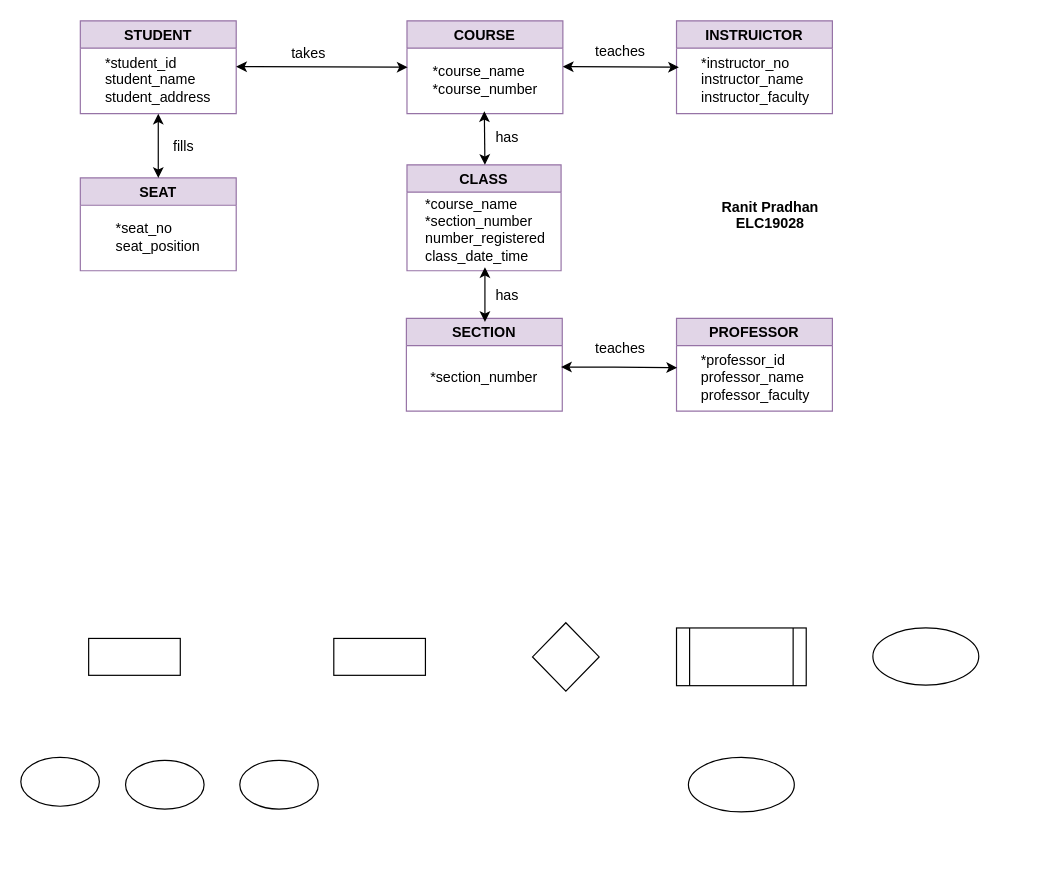
Before: DBMS/ Assignment1_ERD.drawio in RanitPradhan/Academics, a draw.io diagram. Source tidied: cells renumbered, new cells numbered last; positions are measured from the earlier drawing's top-left corner, leaving out a move shared by most shapes. Both pictures are drawn from the tidied source at 119%, with x=0, y=0 at pixel (20, 20).
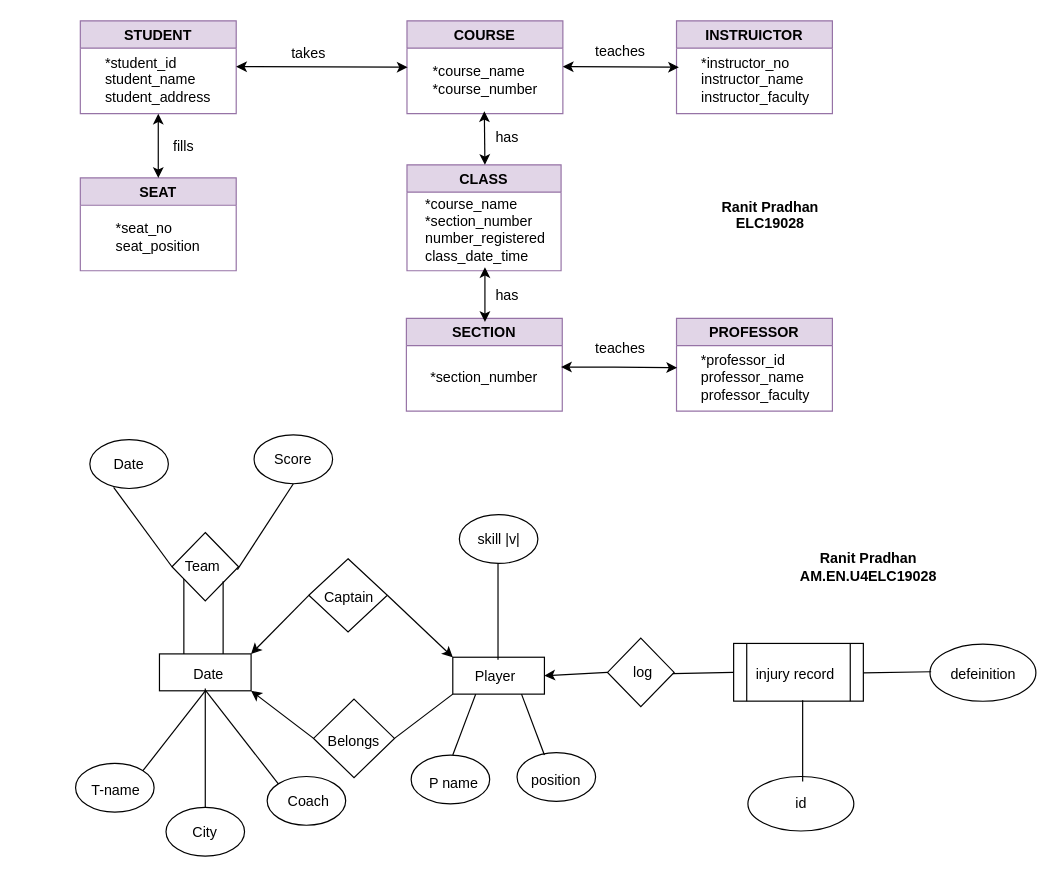
After the change.

Diff of the diagram source:
```diff
@@
     <mxCell id="29" style="rounded=0;whiteSpace=wrap;html=1;gradientColor=none;" parent="1" vertex="1">
-      <mxGeometry x="57" y="519" width="77" height="31" as="geometry" />
+      <mxGeometry x="116.5" y="532" width="77" height="31" as="geometry" />
     </mxCell>
     <mxCell id="30" style="rounded=0;whiteSpace=wrap;html=1;gradientColor=none;" parent="1" vertex="1">
-      <mxGeometry x="263" y="519" width="77" height="31" as="geometry" />
+      <mxGeometry x="363" y="534.8" width="77" height="31" as="geometry" />
     </mxCell>
+    <mxCell id="38" style="edgeStyle=none;rounded=0;sketch=0;jettySize=auto;html=1;exitX=0;exitY=0.5;exitDx=0;exitDy=0;entryX=1;entryY=0.5;entryDx=0;entryDy=0;shadow=0;" parent="1" edge="1" source="31" target="30">
+      <mxGeometry relative="1" as="geometry" />
+    </mxCell>
     <mxCell id="31" style="rhombus;whiteSpace=wrap;html=1;gradientColor=none;" parent="1" vertex="1">
-      <mxGeometry x="430" y="505.8" width="56" height="57.5" as="geometry" />
+      <mxGeometry x="493" y="518.8" width="56" height="57.5" as="geometry" />
     </mxCell>
     <mxCell id="32" style="shape=process;whiteSpace=wrap;html=1;backgroundOutline=1;gradientColor=none;" parent="1" vertex="1">
-      <mxGeometry x="551" y="510.2" width="109" height="48.5" as="geometry" />
+      <mxGeometry x="599" y="523.2" width="109" height="48.5" as="geometry" />
     </mxCell>
     <mxCell id="33" style="ellipse;whiteSpace=wrap;html=1;gradientColor=none;" parent="1" vertex="1">
-      <mxGeometry x="716" y="510.2" width="89" height="48" as="geometry" />
+      <mxGeometry x="764" y="523.8" width="89" height="48" as="geometry" />
     </mxCell>
     <mxCell id="34" style="ellipse;whiteSpace=wrap;html=1;gradientColor=none;" parent="1" vertex="1">
-      <mxGeometry x="561" y="619" width="89" height="45.8" as="geometry" />
+      <mxGeometry x="611" y="635" width="89" height="45.8" as="geometry" />
     </mxCell>
     <mxCell id="35" style="ellipse;whiteSpace=wrap;html=1;gradientColor=none;" parent="1" vertex="1">
-      <mxGeometry y="619" width="66" height="41" as="geometry" />
+      <mxGeometry x="46" y="624" width="66" height="41" as="geometry" />
     </mxCell>
     <mxCell id="36" style="ellipse;whiteSpace=wrap;html=1;gradientColor=none;" parent="1" vertex="1">
-      <mxGeometry x="88" y="621.4" width="66" height="41" as="geometry" />
+      <mxGeometry x="122" y="661" width="66" height="41" as="geometry" />
     </mxCell>
     <mxCell id="37" style="ellipse;whiteSpace=wrap;html=1;gradientColor=none;" parent="1" vertex="1">
-      <mxGeometry x="184" y="621.4" width="66" height="41" as="geometry" />
+      <mxGeometry x="207" y="635" width="66" height="41" as="geometry" />
     </mxCell>
+    <mxCell id="39" style="edgeStyle=none;rounded=0;sketch=0;jettySize=auto;html=1;exitX=0;exitY=0.5;exitDx=0;exitDy=0;entryX=1;entryY=0;entryDx=0;entryDy=0;shadow=0;" parent="1" edge="1" source="41" target="29">
+      <mxGeometry relative="1" as="geometry" />
+    </mxCell>
+    <mxCell id="40" style="edgeStyle=none;rounded=0;sketch=0;jettySize=auto;html=1;exitX=1;exitY=0.5;exitDx=0;exitDy=0;entryX=0;entryY=0;entryDx=0;entryDy=0;shadow=0;" parent="1" edge="1" source="41" target="30">
+      <mxGeometry relative="1" as="geometry" />
+    </mxCell>
+    <mxCell id="41" style="rhombus;whiteSpace=wrap;html=1;gradientColor=none;" parent="1" vertex="1">
+      <mxGeometry x="242" y="452" width="66" height="61.5" as="geometry" />
+    </mxCell>
+    <mxCell id="42" style="edgeStyle=none;rounded=0;sketch=0;jettySize=auto;html=1;exitX=0;exitY=0.5;exitDx=0;exitDy=0;entryX=1;entryY=1;entryDx=0;entryDy=0;shadow=0;" parent="1" edge="1" source="43" target="29">
+      <mxGeometry relative="1" as="geometry" />
+    </mxCell>
+    <mxCell id="43" style="rhombus;whiteSpace=wrap;html=1;gradientColor=none;" parent="1" vertex="1">
+      <mxGeometry x="246" y="570" width="68" height="66" as="geometry" />
+    </mxCell>
+    <mxCell id="44" style="endArrow=none;html=1;rounded=0;shadow=0;sketch=0;entryX=0;entryY=0;entryDx=0;entryDy=0;" parent="1" edge="1" target="37">
+      <mxGeometry relative="1" as="geometry">
+        <mxPoint x="155.5" y="563" as="sourcePoint" />
+      </mxGeometry>
+    </mxCell>
+    <mxCell id="45" style="endArrow=none;html=1;rounded=0;shadow=0;sketch=0;exitX=0.5;exitY=0;exitDx=0;exitDy=0;" parent="1" edge="1" source="36">
+      <mxGeometry relative="1" as="geometry">
+        <mxPoint x="155" y="561" as="targetPoint" />
+      </mxGeometry>
+    </mxCell>
+    <mxCell id="46" style="endArrow=none;html=1;rounded=0;shadow=0;sketch=0;entryX=0.5;entryY=1;entryDx=0;entryDy=0;exitX=1;exitY=0;exitDx=0;exitDy=0;" parent="1" edge="1" source="35" target="29">
+      <mxGeometry relative="1" as="geometry" />
+    </mxCell>
+    <mxCell id="47" style="rhombus;whiteSpace=wrap;html=1;gradientColor=none;" parent="1" vertex="1">
+      <mxGeometry x="127" y="430" width="56" height="57.5" as="geometry" />
+    </mxCell>
+    <mxCell id="48" style="endArrow=none;html=1;rounded=0;shadow=0;sketch=0;" parent="1" edge="1">
+      <mxGeometry relative="1" as="geometry">
+        <mxPoint x="170" y="532" as="sourcePoint" />
+        <mxPoint x="170" y="471" as="targetPoint" />
+      </mxGeometry>
+    </mxCell>
+    <mxCell id="49" style="endArrow=none;html=1;rounded=0;shadow=0;sketch=0;" parent="1" edge="1">
+      <mxGeometry relative="1" as="geometry">
+        <mxPoint x="137" y="532" as="sourcePoint" />
+        <mxPoint x="137" y="469" as="targetPoint" />
+      </mxGeometry>
+    </mxCell>
+    <mxCell id="50" style="endArrow=none;html=1;rounded=0;shadow=0;sketch=0;entryX=0;entryY=1;entryDx=0;entryDy=0;exitX=1;exitY=0.5;exitDx=0;exitDy=0;" parent="1" edge="1" source="43" target="30">
+      <mxGeometry relative="1" as="geometry" />
+    </mxCell>
+    <mxCell id="51" style="ellipse;whiteSpace=wrap;html=1;gradientColor=none;" parent="1" vertex="1">
+      <mxGeometry x="417" y="615" width="66" height="41" as="geometry" />
+    </mxCell>
+    <mxCell id="52" style="ellipse;whiteSpace=wrap;html=1;gradientColor=none;" parent="1" vertex="1">
+      <mxGeometry x="328" y="617" width="66" height="41" as="geometry" />
+    </mxCell>
+    <mxCell id="53" style="ellipse;whiteSpace=wrap;html=1;gradientColor=none;" parent="1" vertex="1">
+      <mxGeometry x="368.5" y="415" width="66" height="41" as="geometry" />
+    </mxCell>
+    <mxCell id="54" style="endArrow=none;html=1;rounded=0;shadow=0;sketch=0;entryX=0.25;entryY=1;entryDx=0;entryDy=0;" parent="1" edge="1" target="30">
+      <mxGeometry relative="1" as="geometry">
+        <mxPoint x="363" y="617" as="sourcePoint" />
+      </mxGeometry>
+    </mxCell>
+    <mxCell id="55" style="endArrow=none;html=1;rounded=0;shadow=0;sketch=0;entryX=0.75;entryY=1;entryDx=0;entryDy=0;" parent="1" edge="1" target="30">
+      <mxGeometry relative="1" as="geometry">
+        <mxPoint x="440" y="617" as="sourcePoint" />
+      </mxGeometry>
+    </mxCell>
+    <mxCell id="56" style="endArrow=none;html=1;rounded=0;shadow=0;sketch=0;" parent="1" edge="1">
+      <mxGeometry relative="1" as="geometry">
+        <mxPoint x="401" y="537" as="sourcePoint" />
+        <mxPoint x="401" y="456" as="targetPoint" />
+      </mxGeometry>
+    </mxCell>
+    <mxCell id="57" style="endArrow=none;html=1;rounded=0;shadow=0;sketch=0;" parent="1" edge="1">
+      <mxGeometry relative="1" as="geometry">
+        <mxPoint x="657" y="639.2" as="sourcePoint" />
+        <mxPoint x="657" y="571" as="targetPoint" />
+      </mxGeometry>
+    </mxCell>
+    <mxCell id="58" style="endArrow=none;html=1;rounded=0;shadow=0;sketch=0;entryX=0;entryY=0.5;entryDx=0;entryDy=0;" parent="1" edge="1" target="32">
+      <mxGeometry relative="1" as="geometry">
+        <mxPoint x="548" y="548.5" as="sourcePoint" />
+      </mxGeometry>
+    </mxCell>
+    <mxCell id="59" style="endArrow=none;html=1;rounded=0;shadow=0;sketch=0;" parent="1" edge="1">
+      <mxGeometry relative="1" as="geometry">
+        <mxPoint x="708" y="548" as="sourcePoint" />
+        <mxPoint x="765" y="547" as="targetPoint" />
+      </mxGeometry>
+    </mxCell>
+    <mxCell id="60" style="ellipse;whiteSpace=wrap;html=1;gradientColor=none;" parent="1" vertex="1">
+      <mxGeometry x="58" y="352" width="66" height="41" as="geometry" />
+    </mxCell>
+    <mxCell id="61" style="ellipse;whiteSpace=wrap;html=1;gradientColor=none;" parent="1" vertex="1">
+      <mxGeometry x="196" y="348" width="66" height="41" as="geometry" />
+    </mxCell>
+    <mxCell id="62" style="endArrow=none;html=1;rounded=0;shadow=0;sketch=0;entryX=0.5;entryY=1;entryDx=0;entryDy=0;" parent="1" edge="1" target="61">
+      <mxGeometry relative="1" as="geometry">
+        <mxPoint x="182" y="461.2" as="sourcePoint" />
+      </mxGeometry>
+    </mxCell>
+    <mxCell id="63" style="endArrow=none;html=1;rounded=0;shadow=0;sketch=0;entryX=0;entryY=0.5;entryDx=0;entryDy=0;exitX=0.303;exitY=0.976;exitDx=0;exitDy=0;exitPerimeter=0;" parent="1" edge="1" source="60" target="47">
+      <mxGeometry relative="1" as="geometry" />
+    </mxCell>
+    <mxCell id="64" value="Team" style="text;html=1;strokeColor=none;fillColor=none;align=center;verticalAlign=middle;whiteSpace=wrap;rounded=0;" parent="1" vertex="1">
+      <mxGeometry x="123" y="443.8" width="60" height="30" as="geometry" />
+    </mxCell>
+    <mxCell id="65" value="Score" style="text;html=1;strokeColor=none;fillColor=none;align=center;verticalAlign=middle;whiteSpace=wrap;rounded=0;" parent="1" vertex="1">
+      <mxGeometry x="199" y="353.5" width="60" height="30" as="geometry" />
+    </mxCell>
+    <mxCell id="66" value="Date" style="text;html=1;strokeColor=none;fillColor=none;align=center;verticalAlign=middle;whiteSpace=wrap;rounded=0;" parent="1" vertex="1">
+      <mxGeometry x="61" y="357.5" width="60" height="30" as="geometry" />
+    </mxCell>
+    <mxCell id="67" value="skill |v|" style="text;html=1;strokeColor=none;fillColor=none;align=center;verticalAlign=middle;whiteSpace=wrap;rounded=0;" parent="1" vertex="1">
+      <mxGeometry x="371.5" y="420.5" width="60" height="30" as="geometry" />
+    </mxCell>
+    <mxCell id="68" value="Captain" style="text;html=1;strokeColor=none;fillColor=none;align=center;verticalAlign=middle;whiteSpace=wrap;rounded=0;" parent="1" vertex="1">
+      <mxGeometry x="246" y="469.8" width="60" height="30" as="geometry" />
+    </mxCell>
+    <mxCell id="69" value="Belongs" style="text;html=1;strokeColor=none;fillColor=none;align=center;verticalAlign=middle;whiteSpace=wrap;rounded=0;" parent="1" vertex="1">
+      <mxGeometry x="250" y="591" width="60" height="30" as="geometry" />
+    </mxCell>
+    <mxCell id="70" value="T-name" style="text;html=1;strokeColor=none;fillColor=none;align=center;verticalAlign=middle;whiteSpace=wrap;rounded=0;" parent="1" vertex="1">
+      <mxGeometry x="50" y="632" width="60" height="30" as="geometry" />
+    </mxCell>
+    <mxCell id="71" value="City" style="text;html=1;strokeColor=none;fillColor=none;align=center;verticalAlign=middle;whiteSpace=wrap;rounded=0;" parent="1" vertex="1">
+      <mxGeometry x="125" y="666.5" width="60" height="30" as="geometry" />
+    </mxCell>
+    <mxCell id="72" value="Coach" style="text;html=1;strokeColor=none;fillColor=none;align=center;verticalAlign=middle;whiteSpace=wrap;rounded=0;" parent="1" vertex="1">
+      <mxGeometry x="212" y="640.5" width="60" height="30" as="geometry" />
+    </mxCell>
+    <mxCell id="73" value="P name" style="text;html=1;strokeColor=none;fillColor=none;align=center;verticalAlign=middle;whiteSpace=wrap;rounded=0;" parent="1" vertex="1">
+      <mxGeometry x="334" y="626" width="60" height="30" as="geometry" />
+    </mxCell>
+    <mxCell id="74" value="position" style="text;html=1;strokeColor=none;fillColor=none;align=center;verticalAlign=middle;whiteSpace=wrap;rounded=0;" parent="1" vertex="1">
+      <mxGeometry x="420" y="624" width="60" height="30" as="geometry" />
+    </mxCell>
+    <mxCell id="75" value="Date" style="text;html=1;strokeColor=none;fillColor=none;align=center;verticalAlign=middle;whiteSpace=wrap;rounded=0;" parent="1" vertex="1">
+      <mxGeometry x="128" y="535.2" width="60" height="30" as="geometry" />
+    </mxCell>
+    <mxCell id="76" value="Player" style="text;html=1;strokeColor=none;fillColor=none;align=center;verticalAlign=middle;whiteSpace=wrap;rounded=0;" parent="1" vertex="1">
+      <mxGeometry x="368.5" y="535.8" width="60" height="30" as="geometry" />
+    </mxCell>
+    <mxCell id="77" value="log" style="text;html=1;strokeColor=none;fillColor=none;align=center;verticalAlign=middle;whiteSpace=wrap;rounded=0;" parent="1" vertex="1">
+      <mxGeometry x="493" y="532.8" width="60" height="30" as="geometry" />
+    </mxCell>
+    <mxCell id="78" value="injury record" style="text;html=1;strokeColor=none;fillColor=none;align=center;verticalAlign=middle;whiteSpace=wrap;rounded=0;" parent="1" vertex="1">
+      <mxGeometry x="611" y="535.2" width="80" height="30" as="geometry" />
+    </mxCell>
+    <mxCell id="79" value="id" style="text;html=1;strokeColor=none;fillColor=none;align=center;verticalAlign=middle;whiteSpace=wrap;rounded=0;" parent="1" vertex="1">
+      <mxGeometry x="625.5" y="642.9" width="60" height="30" as="geometry" />
+    </mxCell>
+    <mxCell id="80" value="defeinition" style="text;html=1;strokeColor=none;fillColor=none;align=center;verticalAlign=middle;whiteSpace=wrap;rounded=0;" parent="1" vertex="1">
+      <mxGeometry x="778.5" y="535.2" width="60" height="30" as="geometry" />
+    </mxCell>
+    <mxCell id="81" value="&lt;div&gt;&lt;b&gt;Ranit Pradhan&lt;/b&gt;&lt;/div&gt;&lt;div&gt;&lt;b&gt;AM.EN.U4ELC19028&lt;br&gt;&lt;/b&gt;&lt;/div&gt;" style="text;html=1;strokeColor=none;fillColor=none;align=center;verticalAlign=middle;whiteSpace=wrap;rounded=0;" parent="1" vertex="1">
+      <mxGeometry x="645.5" y="439.8" width="133" height="38" as="geometry" />
+    </mxCell>
```
